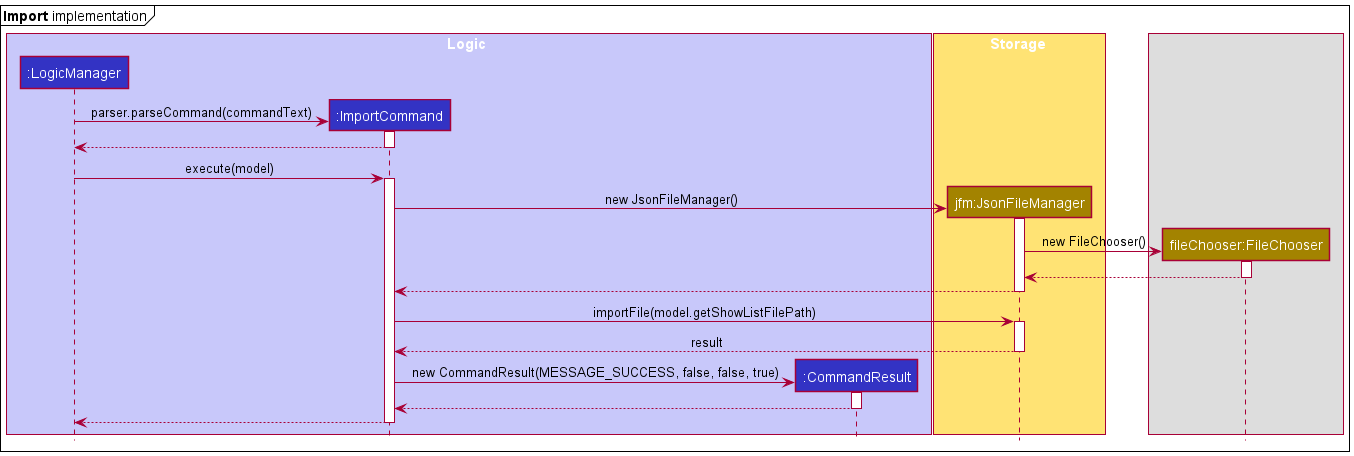
The PlantUML diagram docs/images/ImportSequenceDiagram.png in nus-cs2103-AY2122S2/tp, before a commit. Source of this version:
```plantuml
@startuml
!include style.puml

mainframe **Import** implementation


box Logic LOGIC_COLOR_T1
participant ":LogicManager" as LogicManager LOGIC_COLOR
participant ":ImportCommand" as ImportCommand LOGIC_COLOR
participant ":CommandResult" as CommandResult LOGIC_COLOR

box Storage STORAGE_COLOR_T1
participant "jfm:JsonFileManager" as JsonFileManager STORAGE_COLOR
box

participant "fileChooser:FileChooser" as FileChooser STORAGE_COLOR

create ImportCommand
LogicManager -> ImportCommand : parser.parseCommand(commandText)
activate ImportCommand

ImportCommand --> LogicManager
deactivate ImportCommand

LogicManager -> ImportCommand : execute(model)
activate ImportCommand

create JsonFileManager
ImportCommand -> JsonFileManager : new JsonFileManager()
activate JsonFileManager

create FileChooser
JsonFileManager -> FileChooser : new FileChooser()
activate FileChooser

FileChooser --> JsonFileManager :
deactivate FileChooser

JsonFileManager --> ImportCommand :
deactivate JsonFileManager

ImportCommand -> JsonFileManager : importFile(model.getShowListFilePath)
activate JsonFileManager

JsonFileManager --> ImportCommand : result
deactivate JsonFileManager

create CommandResult
ImportCommand -> CommandResult : new CommandResult(MESSAGE_SUCCESS, false, false, true)
activate CommandResult

CommandResult --> ImportCommand
deactivate CommandResult

ImportCommand --> LogicManager
deactivate ImportCommand

@enduml
```
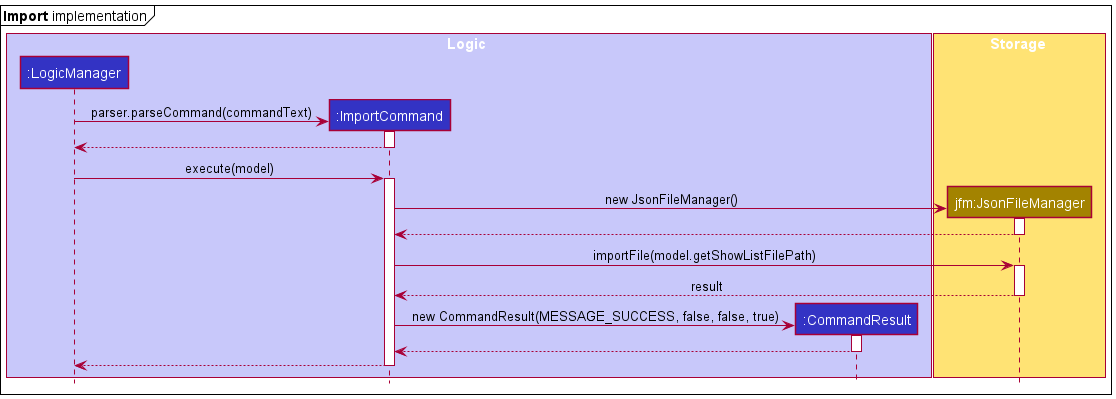
Above is the later version.

Change to the diagram source:
```diff
@@ -13,8 +13,6 @@
 participant "jfm:JsonFileManager" as JsonFileManager STORAGE_COLOR
 box
 
-participant "fileChooser:FileChooser" as FileChooser STORAGE_COLOR
-
 create ImportCommand
 LogicManager -> ImportCommand : parser.parseCommand(commandText)
 activate ImportCommand
@@ -28,13 +26,6 @@
 create JsonFileManager
 ImportCommand -> JsonFileManager : new JsonFileManager()
 activate JsonFileManager
-
-create FileChooser
-JsonFileManager -> FileChooser : new FileChooser()
-activate FileChooser
-
-FileChooser --> JsonFileManager :
-deactivate FileChooser
 
 JsonFileManager --> ImportCommand :
 deactivate JsonFileManager
```
